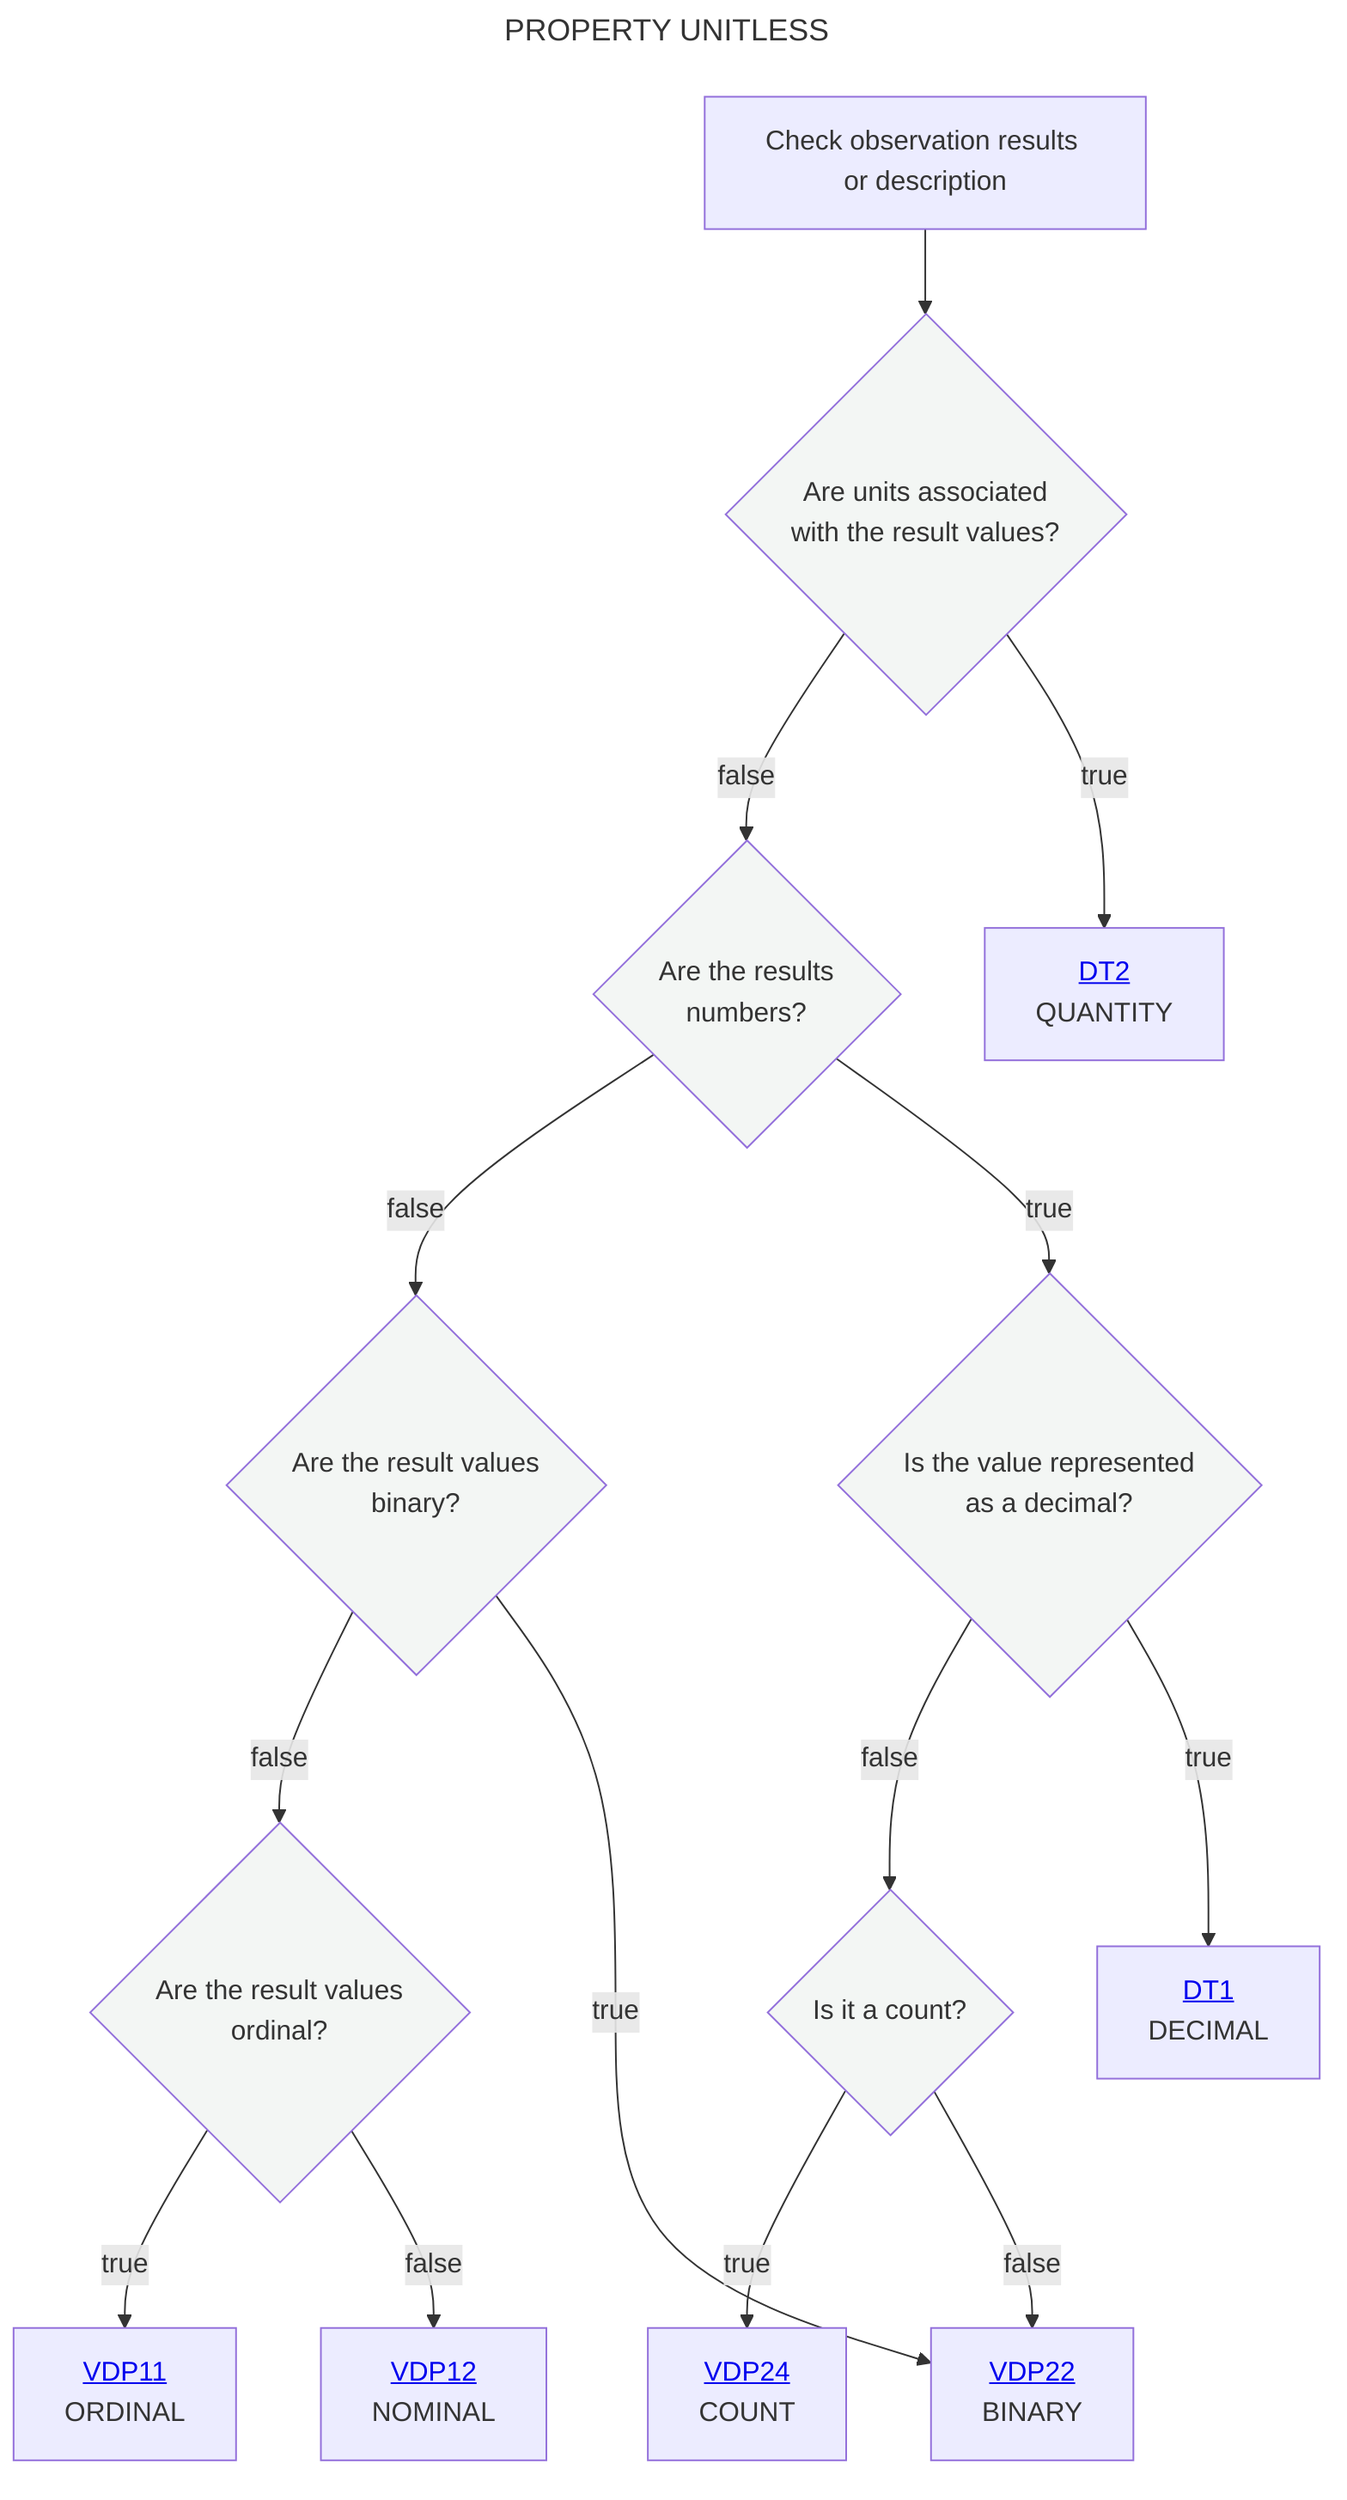
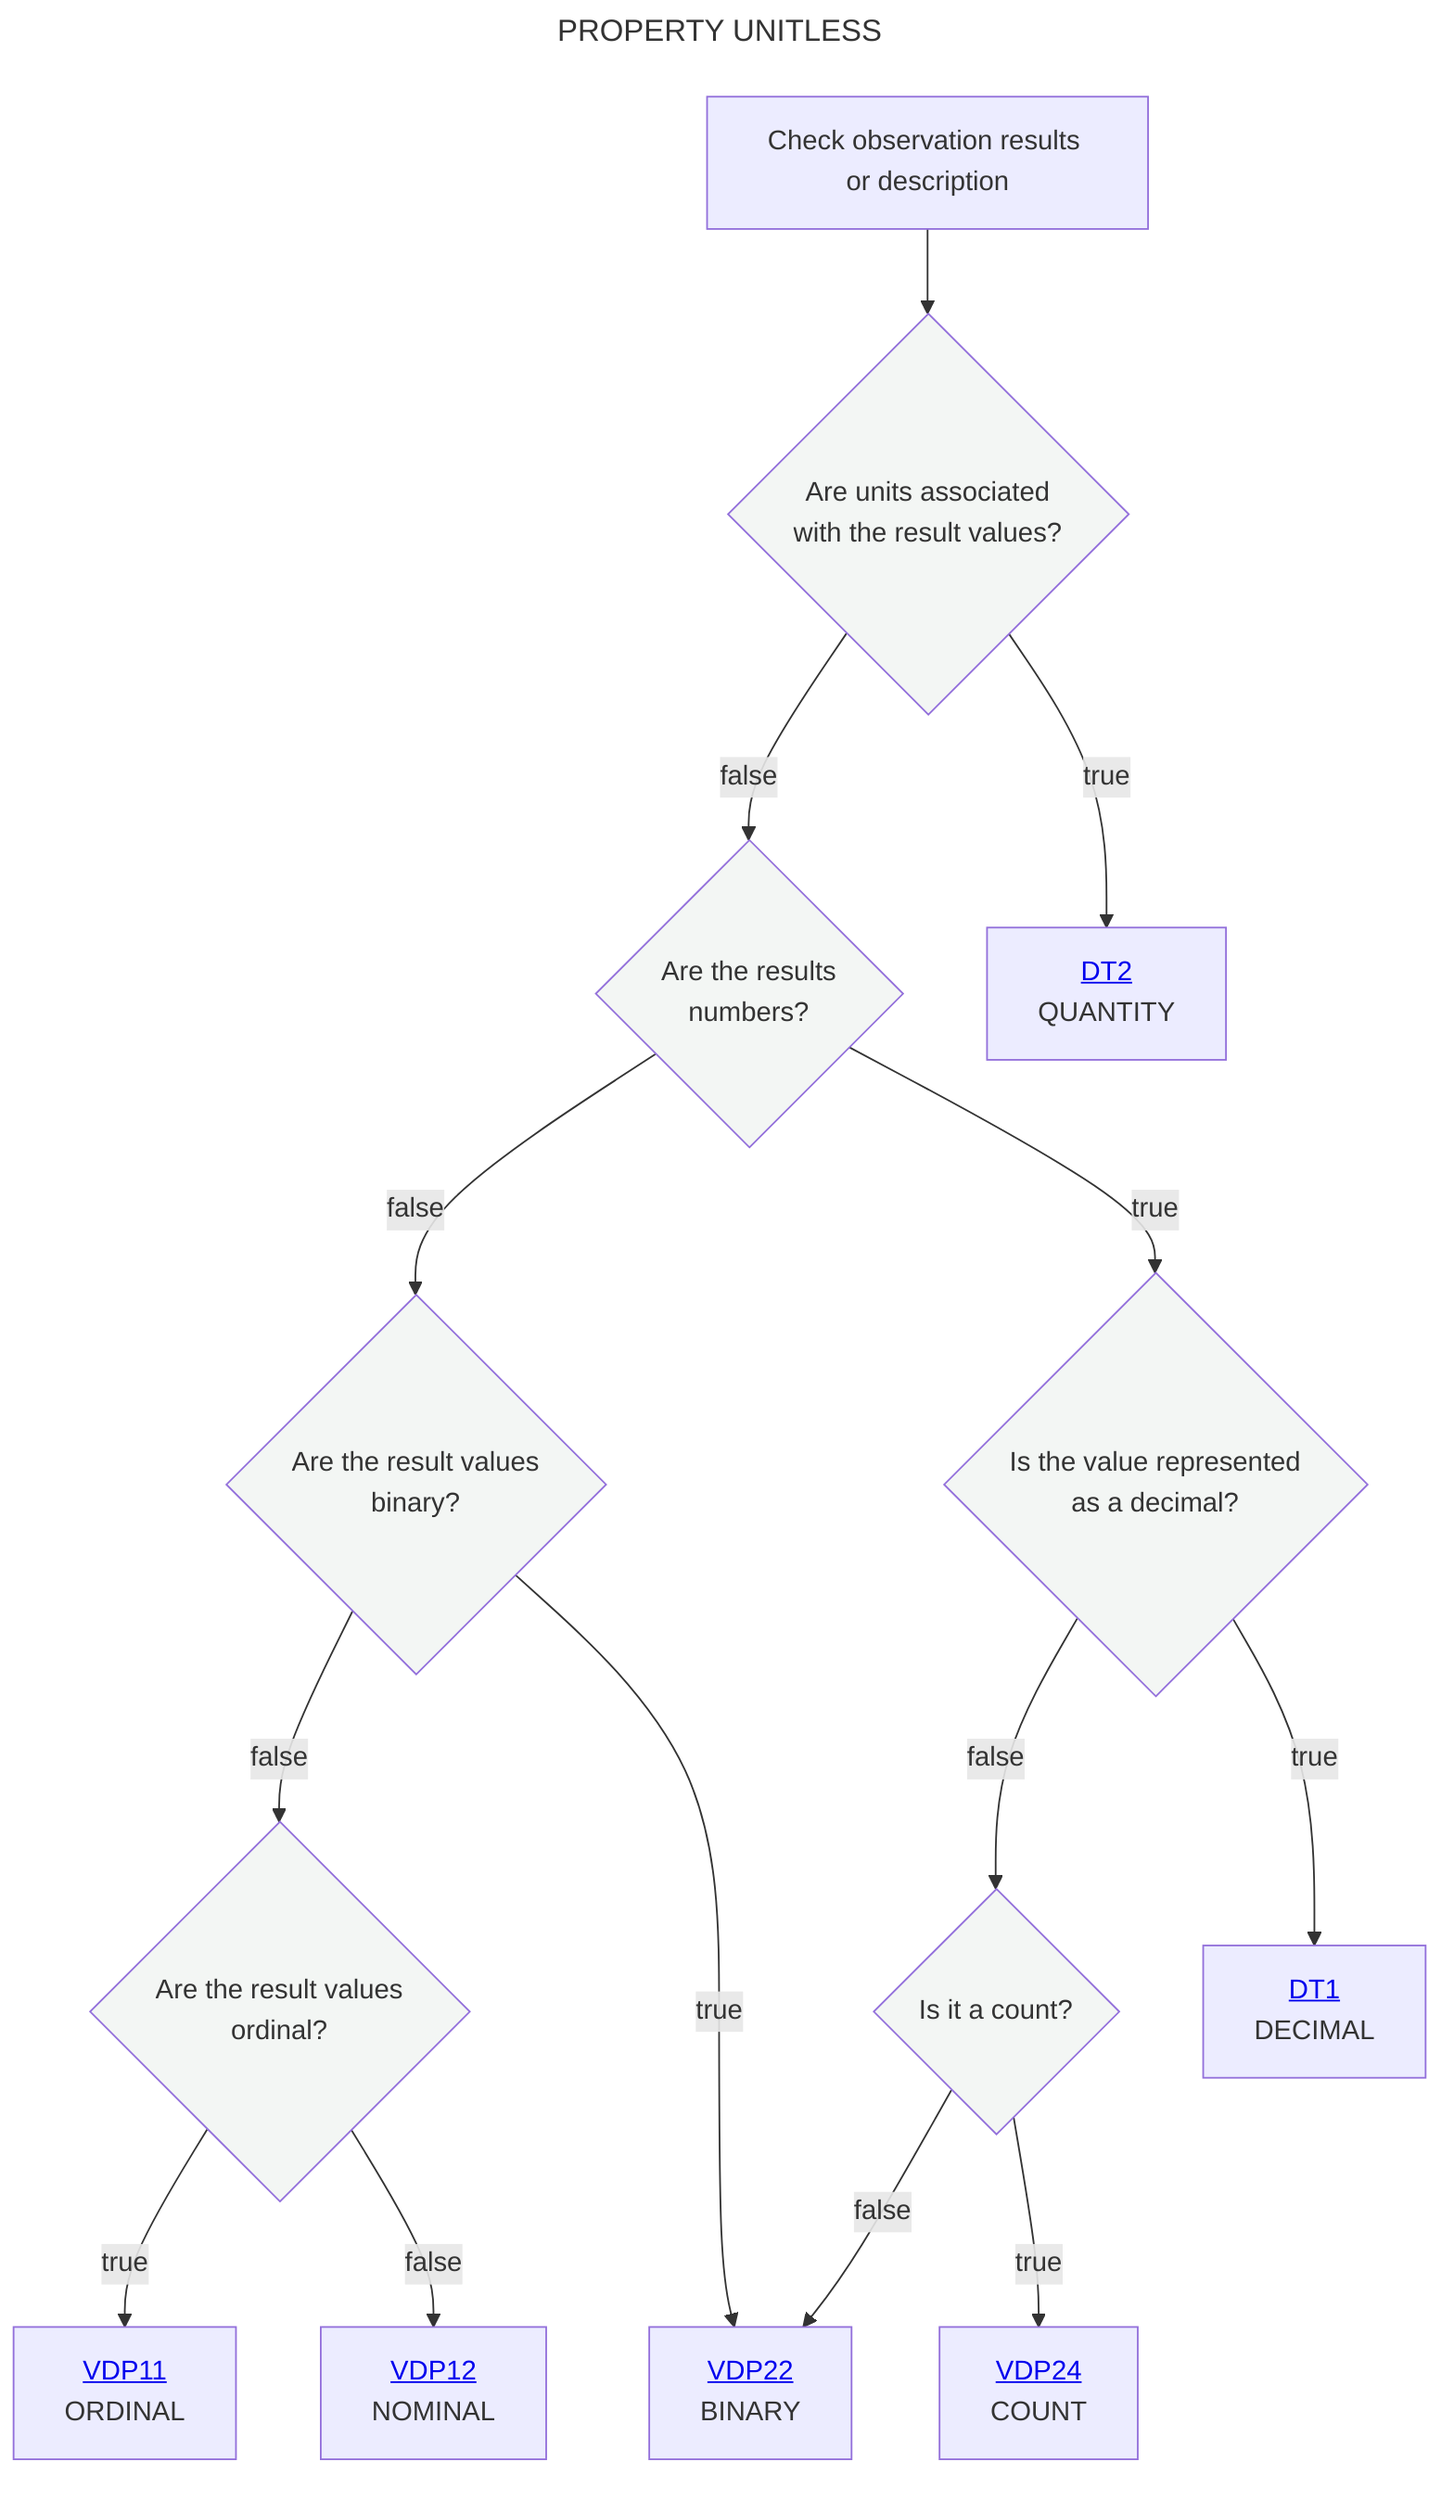
---
title: PROPERTY UNITLESS
---
flowchart TD
    A[Check observation results or description] --> B{Are units associated <br> with the result values?}:::white
    B --> |false|C{Are the results <br> numbers?}:::white
    B --> |true|D[<a href='https://github.com/mabablue/I-ADOPT-patterns-playground/blob/main/Decisition_trees/DT2.mmd'>DT2</a><br> QUANTITY]
    C --> |false|E{Are the result values <br> binary?}:::white
    C --> |true|G{Is the value represented <br> as a decimal?}:::white
    E --> |false|I{Are the result values <br> ordinal?}:::white
    G --> |false|H{Is it a count?}:::white
+     H--> |false|F
    H --> |true|M[<a href='https://github.com/mabablue/I-ADOPT-patterns-playground/blob/main/pattern/VDP24.yaml'>VDP24</a><br> COUNT]
-     H--> |false|F
    I --> |true|J[<a href='https://github.com/mabablue/I-ADOPT-patterns-playground/blob/main/pattern/VDP11.yaml'>VDP11</a><br> ORDINAL]
    I --> |false|K[<a href='https://github.com/mabablue/I-ADOPT-patterns-playground/blob/main/pattern/VDP12.yaml'>VDP12</a><br> NOMINAL]
    E --> |true|F[<a href='https://github.com/mabablue/I-ADOPT-patterns-playground/blob/main/pattern/VDP22.yaml'>VDP22</a><br> BINARY]
    G --> |true|L[<a href='https://github.com/mabablue/I-ADOPT-patterns-playground/blob/main/Decisition_trees/DT1.mmd'>DT1</a><br> DECIMAL]
   classDef blue fill:#90D5FF
   classDef satblue fill:#57B9FF
   classDef white fill:#f3f6f4
   classDef green fill:#6aa84f
